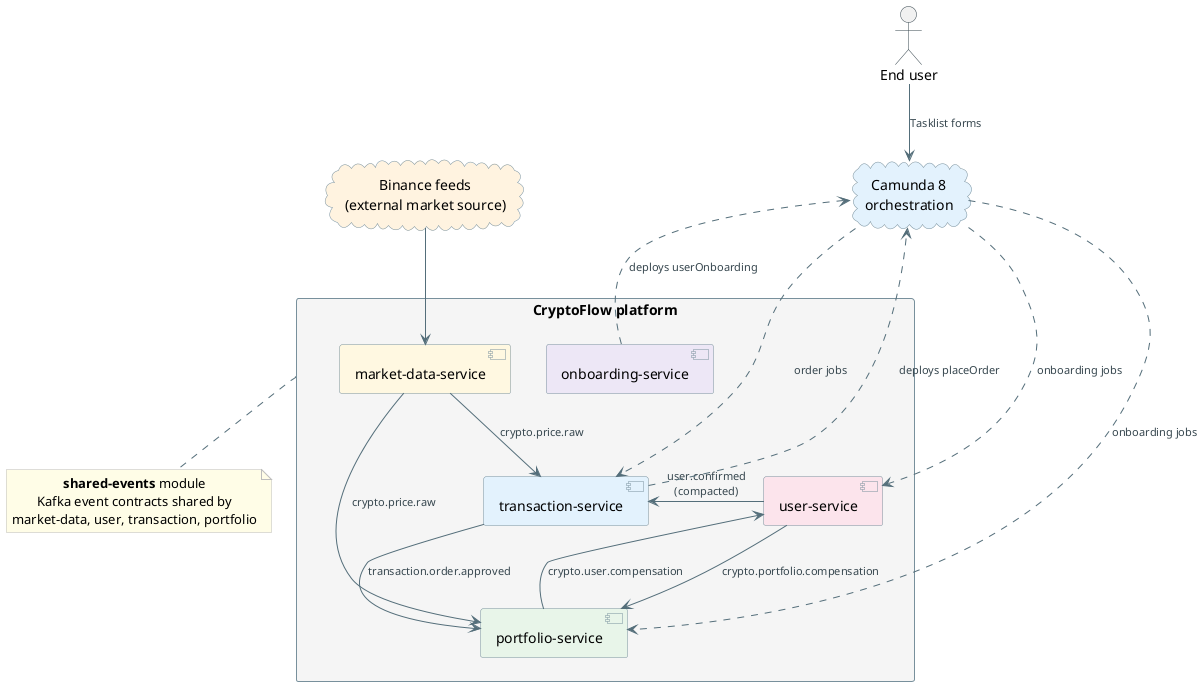
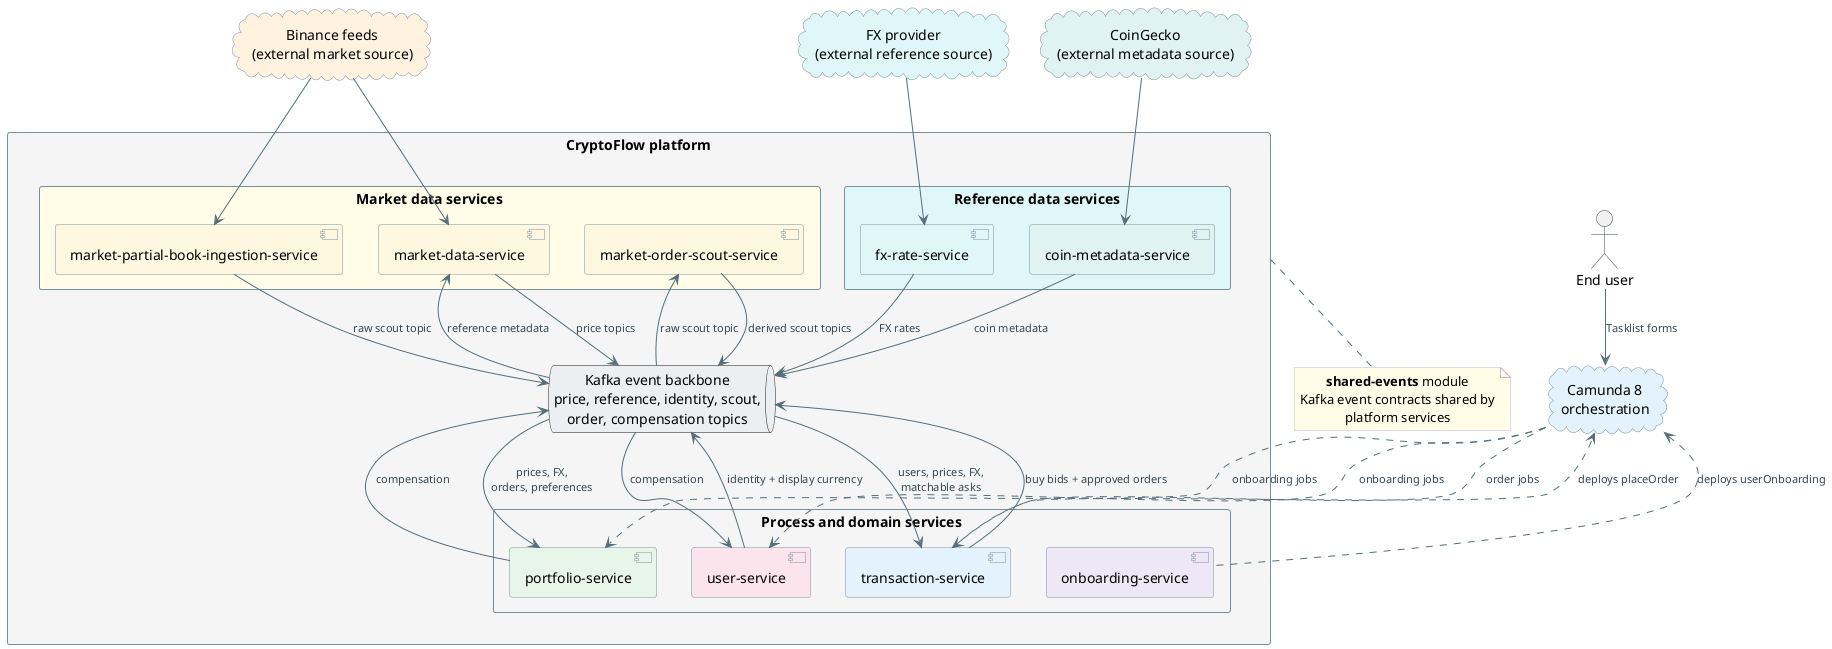
@startuml context-map-detailed
skinparam backgroundColor transparent
skinparam shadowing false
skinparam defaultFontName "Segoe UI"
skinparam defaultTextAlignment center
skinparam rectangleBorderColor #78909C
skinparam rectangleBackgroundColor #FAFAFA
skinparam componentBorderColor #78909C
skinparam cloudBorderColor #78909C
skinparam actorBorderColor #37474F
skinparam noteBackgroundColor #FFFDE7
skinparam noteBorderColor #BDBDBD
skinparam ArrowColor #546E7A
skinparam ArrowFontColor #37474F
skinparam ArrowFontSize 11

actor "End user" as User
cloud "Binance feeds\n(external market source)" as Binance #FFF3E0
+ cloud "FX provider\n(external reference source)" as FxProvider #E0F7FA
+ cloud "CoinGecko\n(external metadata source)" as CoinGecko #E0F2F1
cloud "Camunda 8\norchestration" as Camunda #E3F2FD

rectangle "CryptoFlow platform" as Platform #F5F5F5 {
-     component "market-data-service" as MD #FFF8E1
-     component "user-service" as US #FCE4EC
-     component "onboarding-service" as ONB #EDE7F6
-     component "transaction-service" as TR #E3F2FD
-     component "portfolio-service" as PF #E8F5E9
+     rectangle "Market data services" as Market #FFFDE7 {
+         component "market-data-service" as MD #FFF8E1
+         component "market-partial-book-ingestion-service" as MPBI #FFF8E1
+         component "market-order-scout-service" as MOS #FFF8E1
+     }
+ 
+     rectangle "Reference data services" as Reference #E0F7FA {
+         component "fx-rate-service" as FX #E0F7FA
+         component "coin-metadata-service" as CMS #E0F2F1
+     }
+ 
+     queue "Kafka event backbone\nprice, reference, identity, scout,\norder, compensation topics" as Kafka #ECEFF1
+ 
+     rectangle "Process and domain services" as Domain #F5F5F5 {
+         component "onboarding-service" as ONB #EDE7F6
+         component "user-service" as US #FCE4EC
+         component "transaction-service" as TR #E3F2FD
+         component "portfolio-service" as PF #E8F5E9
+     }
}

note bottom of Platform
  **shared-events** module
  Kafka event contracts shared by
-   market-data, user, transaction, portfolio
+   platform services
end note

Binance --> MD
+ Binance --> MPBI
+ FxProvider --> FX
+ CoinGecko --> CMS
User --> Camunda : Tasklist forms

- MD --> TR : crypto.price.raw
- MD --> PF : crypto.price.raw
- US -left-> TR : user.confirmed\n(compacted)
- TR -right-> PF : transaction.order.approved
- US --> PF : crypto.portfolio.compensation
- PF --> US : crypto.user.compensation
+ MD --> Kafka : price topics
+ MPBI --> Kafka : raw scout topic
+ Kafka --> MOS : raw scout topic
+ MOS --> Kafka : derived scout topics
+ FX --> Kafka : FX rates
+ CMS --> Kafka : coin metadata
+ 
+ US --> Kafka : identity + display currency
+ TR --> Kafka : buy bids + approved orders
+ PF --> Kafka : compensation
+ 
+ Kafka --> MD : reference metadata
+ Kafka --> TR : users, prices, FX,\nmatchable asks
+ Kafka --> PF : prices, FX,\norders, preferences
+ Kafka --> US : compensation

ONB .up.> Camunda : deploys userOnboarding
TR ..> Camunda : deploys placeOrder
Camunda ..> US : onboarding jobs
Camunda ..> PF : onboarding jobs
Camunda ...> TR : order jobs

@enduml
